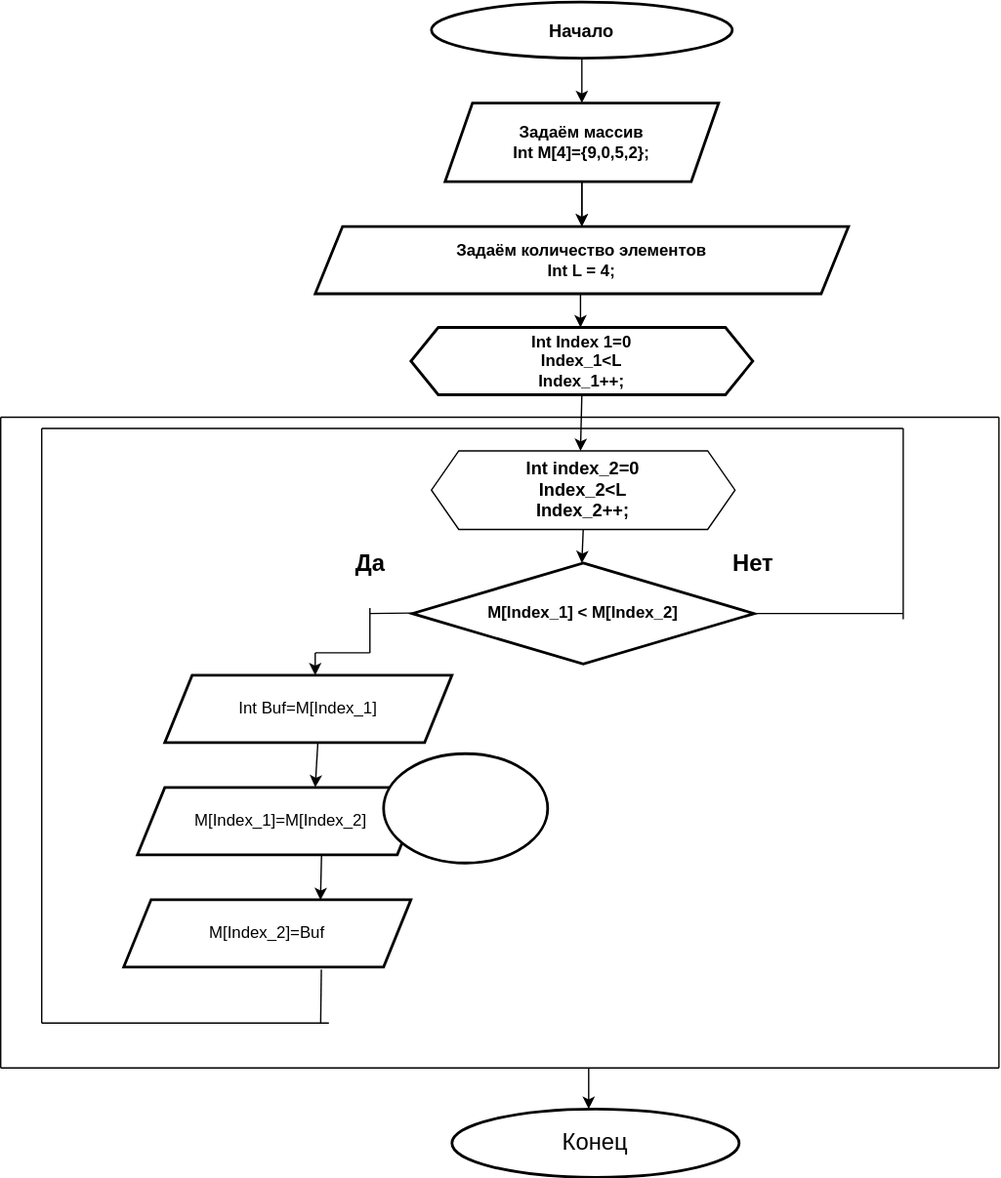
Before: secondHomework/homework3.svg, a diagram exported from draw.io (kajfkajfu/homework). Source tidied: cells renumbered, new cells last; positions are measured from the earlier drawing's top-left corner, leaving out a move shared by most shapes.
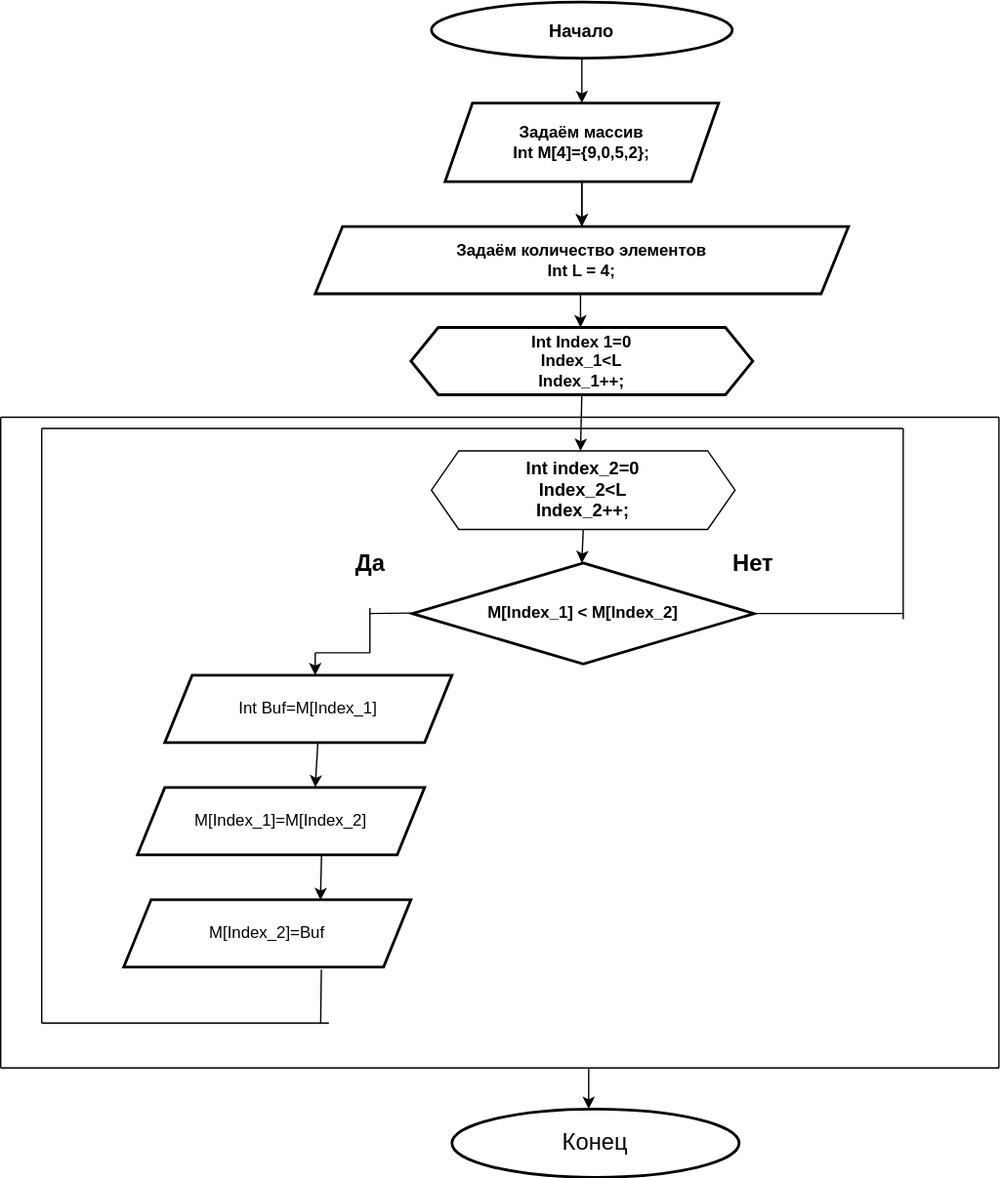
The same diagram one commit later.

What changed in the source:
```diff
@@ -165,9 +165,6 @@
         <mxPoint x="430" y="810" as="targetPoint" />
       </mxGeometry>
     </mxCell>
-    <mxCell id="37" style="ellipse;whiteSpace=wrap;html=1;strokeColor=#000000;strokeWidth=2;fontSize=13;" parent="1" vertex="1">
-      <mxGeometry x="280" y="550" width="120" height="80" as="geometry" />
-    </mxCell>
     <mxCell id="38" value="&lt;font style=&quot;font-size: 17px&quot;&gt;Конец&lt;/font&gt;" style="ellipse;whiteSpace=wrap;html=1;strokeColor=#000000;strokeWidth=2;fontSize=13;" parent="1" vertex="1">
       <mxGeometry x="330" y="810" width="210" height="50" as="geometry" />
     </mxCell>
```
